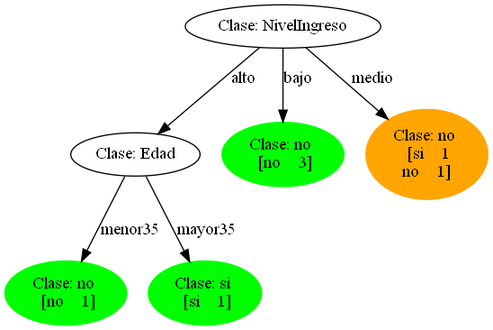
Before: test_output/gain.png, a diagram exported from Graphviz (AlejandroFNadal/ia_decision_trees). Its source is kept beside it as test_output/gain.dot.
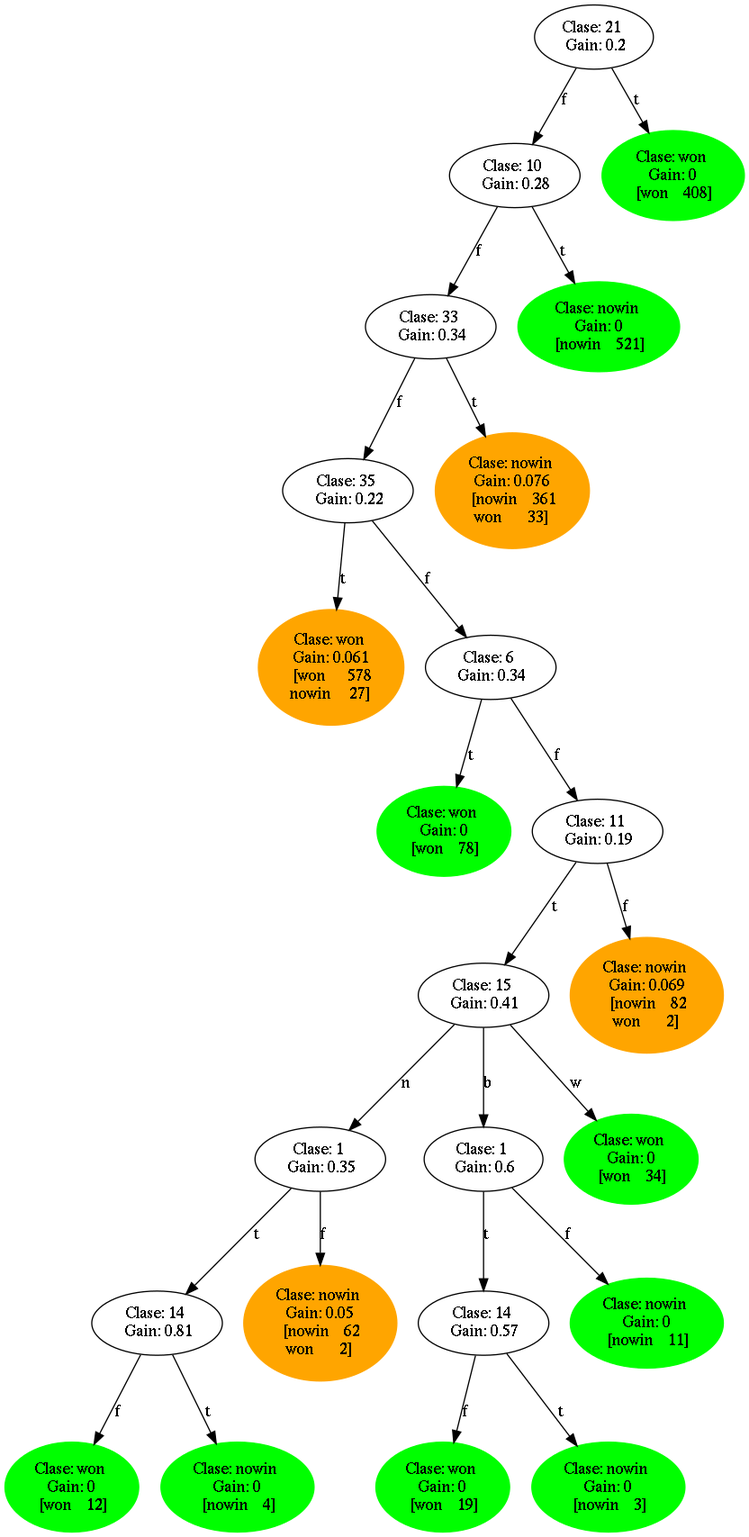
Later version of the same file.

Diff of the diagram source:
```diff
@@ -1,18 +1,90 @@
 digraph {
-	0 [label="Clase: NivelIngreso"]
-	1 [label="Clase: Edad"]
-	0 -> 1 [label=alto splines=line]
-	2 [label="Clase: no
- [no    1]" color=green style=filled]
-	1 -> 2 [label=menor35 splines=line]
-	3 [label="Clase: si
- [si    1]" color=green style=filled]
-	1 -> 3 [label=mayor35 splines=line]
-	4 [label="Clase: no
- [no    3]" color=green style=filled]
-	0 -> 4 [label=bajo splines=line]
-	5 [label="Clase: no
- [si    1
-no    1]" color=orange style=filled]
-	0 -> 5 [label=medio splines=line]
+	0 [label="Clase: 21
+ Gain: 0.2"]
+	1 [label="Clase: 10
+ Gain: 0.28"]
+	0 -> 1 [label=f splines=line]
+	2 [label="Clase: 33
+ Gain: 0.34"]
+	1 -> 2 [label=f splines=line]
+	3 [label="Clase: 35
+ Gain: 0.22"]
+	2 -> 3 [label=f splines=line]
+	4 [label="Clase: won
+ Gain: 0.061
+ [won      578
+nowin     27]" color=orange style=filled]
+	3 -> 4 [label=t splines=line]
+	5 [label="Clase: 6
+ Gain: 0.34"]
+	3 -> 5 [label=f splines=line]
+	6 [label="Clase: won
+ Gain: 0
+ [won    78]" color=green style=filled]
+	5 -> 6 [label=t splines=line]
+	7 [label="Clase: 11
+ Gain: 0.19"]
+	5 -> 7 [label=f splines=line]
+	8 [label="Clase: 15
+ Gain: 0.41"]
+	7 -> 8 [label=t splines=line]
+	9 [label="Clase: 1
+ Gain: 0.35"]
+	8 -> 9 [label=n splines=line]
+	10 [label="Clase: 14
+ Gain: 0.81"]
+	9 -> 10 [label=t splines=line]
+	11 [label="Clase: won
+ Gain: 0
+ [won    12]" color=green style=filled]
+	10 -> 11 [label=f splines=line]
+	12 [label="Clase: nowin
+ Gain: 0
+ [nowin    4]" color=green style=filled]
+	10 -> 12 [label=t splines=line]
+	13 [label="Clase: nowin
+ Gain: 0.05
+ [nowin    62
+won       2]" color=orange style=filled]
+	9 -> 13 [label=f splines=line]
+	14 [label="Clase: 1
+ Gain: 0.6"]
+	8 -> 14 [label=b splines=line]
+	15 [label="Clase: 14
+ Gain: 0.57"]
+	14 -> 15 [label=t splines=line]
+	16 [label="Clase: won
+ Gain: 0
+ [won    19]" color=green style=filled]
+	15 -> 16 [label=f splines=line]
+	17 [label="Clase: nowin
+ Gain: 0
+ [nowin    3]" color=green style=filled]
+	15 -> 17 [label=t splines=line]
+	18 [label="Clase: nowin
+ Gain: 0
+ [nowin    11]" color=green style=filled]
+	14 -> 18 [label=f splines=line]
+	19 [label="Clase: won
+ Gain: 0
+ [won    34]" color=green style=filled]
+	8 -> 19 [label=w splines=line]
+	20 [label="Clase: nowin
+ Gain: 0.069
+ [nowin    82
+won       2]" color=orange style=filled]
+	7 -> 20 [label=f splines=line]
+	21 [label="Clase: nowin
+ Gain: 0.076
+ [nowin    361
+won       33]" color=orange style=filled]
+	2 -> 21 [label=t splines=line]
+	22 [label="Clase: nowin
+ Gain: 0
+ [nowin    521]" color=green style=filled]
+	1 -> 22 [label=t splines=line]
+	23 [label="Clase: won
+ Gain: 0
+ [won    408]" color=green style=filled]
+	0 -> 23 [label=t splines=line]
 }
```
